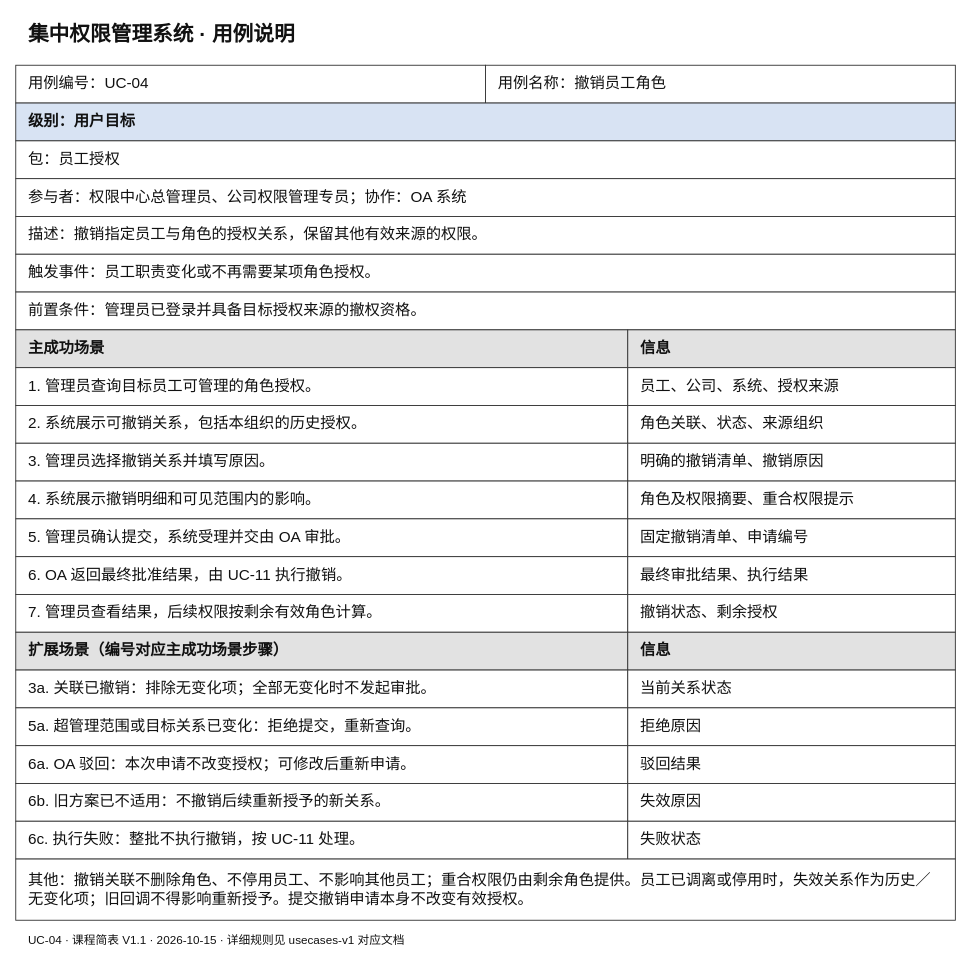
The draw.io diagram docs/按用例分类/UC-04_撤销员工角色/课程简表.drawio in Noah-hope/RBAC-admin, before the edit. Source tidied: cells renumbered, new cells numbered last; positions are measured from the earlier drawing's top-left corner, leaving out a move shared by most shapes. Both pictures are drawn from the tidied source at 90%, with x=0, y=0 at pixel (15, 15).
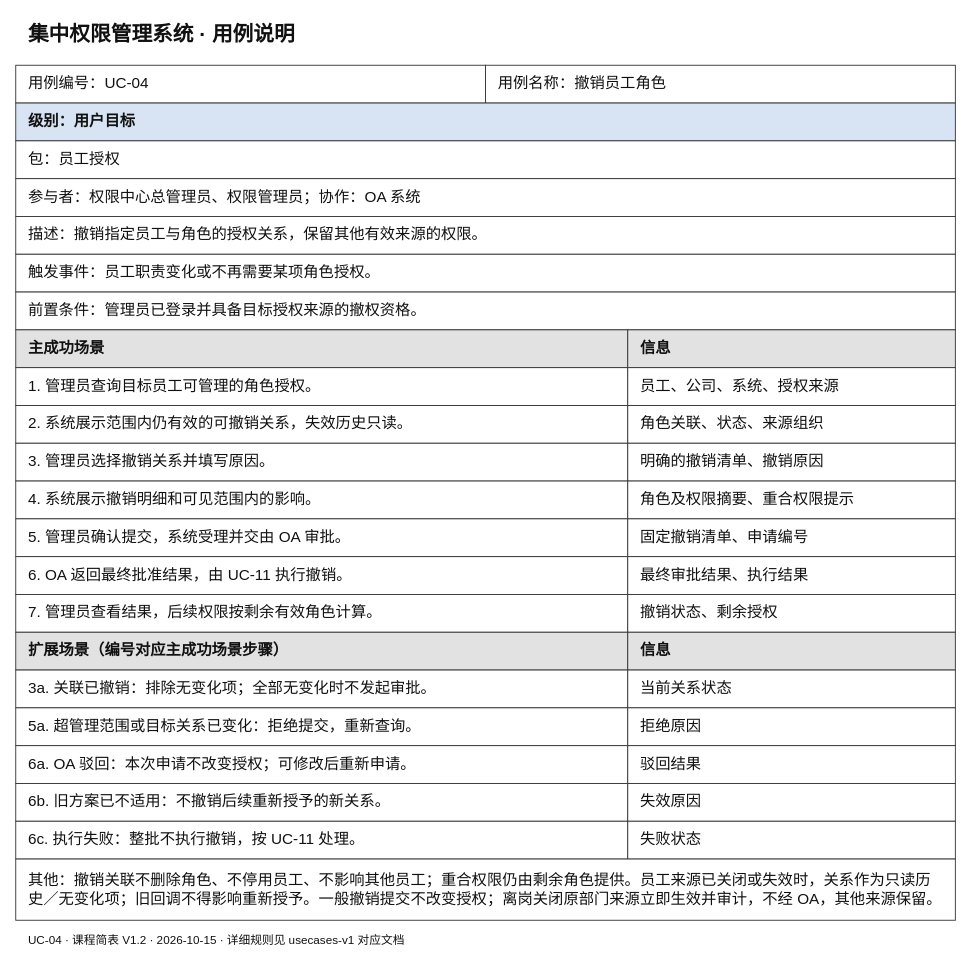
The same diagram, later.

What changed in the source:
```diff
@@
-    <mxCell id="7" value="参与者：权限中心总管理员、公司权限管理专员；协作：OA 系统" style="rounded=0;whiteSpace=wrap;html=0;fontFamily=Microsoft YaHei;fontSize=17;fontColor=#111111;align=left;verticalAlign=middle;spacingLeft=12;spacingRight=12;spacingTop=8;spacingBottom=8;fillColor=#ffffff;strokeColor=#333333;fontStyle=0;" parent="1" vertex="1">
+    <mxCell id="7" value="参与者：权限中心总管理员、权限管理员；协作：OA 系统" style="rounded=0;whiteSpace=wrap;html=0;fontFamily=Microsoft YaHei;fontSize=17;fontColor=#111111;align=left;verticalAlign=middle;spacingLeft=12;spacingRight=12;spacingTop=8;spacingBottom=8;fillColor=#ffffff;strokeColor=#333333;fontStyle=0;" parent="1" vertex="1">
       <mxGeometry y="181" width="1044" height="42" as="geometry" />
     </mxCell>
@@
-    <mxCell id="15" value="2. 系统展示可撤销关系，包括本组织的历史授权。" style="rounded=0;whiteSpace=wrap;html=0;fontFamily=Microsoft YaHei;fontSize=17;fontColor=#111111;align=left;verticalAlign=middle;spacingLeft=12;spacingRight=12;spacingTop=8;spacingBottom=8;fillColor=#ffffff;strokeColor=#333333;fontStyle=0;" parent="1" vertex="1">
+    <mxCell id="15" value="2. 系统展示范围内仍有效的可撤销关系，失效历史只读。" style="rounded=0;whiteSpace=wrap;html=0;fontFamily=Microsoft YaHei;fontSize=17;fontColor=#111111;align=left;verticalAlign=middle;spacingLeft=12;spacingRight=12;spacingTop=8;spacingBottom=8;fillColor=#ffffff;strokeColor=#333333;fontStyle=0;" parent="1" vertex="1">
       <mxGeometry y="433" width="680" height="42" as="geometry" />
     </mxCell>
@@
-    <mxCell id="39" value="其他：撤销关联不删除角色、不停用员工、不影响其他员工；重合权限仍由剩余角色提供。员工已调离或停用时，失效关系作为历史／无变化项；旧回调不得影响重新授予。提交撤销申请本身不改变有效授权。" style="rounded=0;whiteSpace=wrap;html=0;fontFamily=Microsoft YaHei;fontSize=17;fontColor=#111111;align=left;verticalAlign=middle;spacingLeft=12;spacingRight=12;spacingTop=8;spacingBottom=8;fillColor=#ffffff;strokeColor=#333333;fontStyle=0;" parent="1" vertex="1">
+    <mxCell id="39" value="其他：撤销关联不删除角色、不停用员工、不影响其他员工；重合权限仍由剩余角色提供。员工来源已关闭或失效时，关系作为只读历史／无变化项；旧回调不得影响重新授予。一般撤销提交不改变授权；离岗关闭原部门来源立即生效并审计，不经 OA，其他来源保留。" style="rounded=0;whiteSpace=wrap;html=0;fontFamily=Microsoft YaHei;fontSize=17;fontColor=#111111;align=left;verticalAlign=middle;spacingLeft=12;spacingRight=12;spacingTop=8;spacingBottom=8;fillColor=#ffffff;strokeColor=#333333;fontStyle=0;" parent="1" vertex="1">
       <mxGeometry y="937" width="1044" height="68" as="geometry" />
     </mxCell>
-    <mxCell id="40" value="UC-04 · 课程简表 V1.1 · 2026-10-15 · 详细规则见 usecases-v1 对应文档" style="rounded=0;whiteSpace=wrap;html=0;fontFamily=Microsoft YaHei;fontSize=13;fontColor=#111111;align=left;verticalAlign=middle;spacingLeft=12;spacingRight=12;spacingTop=8;spacingBottom=8;fillColor=#ffffff;strokeColor=none;fontStyle=0;" parent="1" vertex="1">
+    <mxCell id="40" value="UC-04 · 课程简表 V1.2 · 2026-10-15 · 详细规则见 usecases-v1 对应文档" style="rounded=0;whiteSpace=wrap;html=0;fontFamily=Microsoft YaHei;fontSize=13;fontColor=#111111;align=left;verticalAlign=middle;spacingLeft=12;spacingRight=12;spacingTop=8;spacingBottom=8;fillColor=#ffffff;strokeColor=none;fontStyle=0;" parent="1" vertex="1">
       <mxGeometry y="1012" width="1044" height="30" as="geometry" />
     </mxCell>
```
